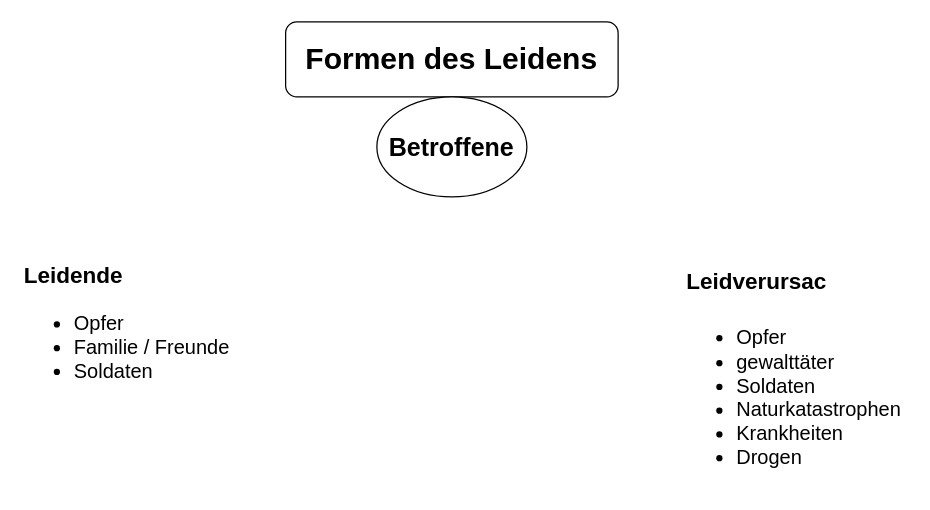
Before: _Sonstige_/Diagramme/XML/Formen des Leidens.drawio in Maxbleibtgeheim/WBS-Norderstedt, a draw.io diagram. Source tidied: cells renumbered, new cells numbered last; positions are measured from the earlier drawing's top-left corner, leaving out a move shared by most shapes. Both pictures are drawn from the tidied source at 125%, with x=0, y=0 at pixel (21, 21).
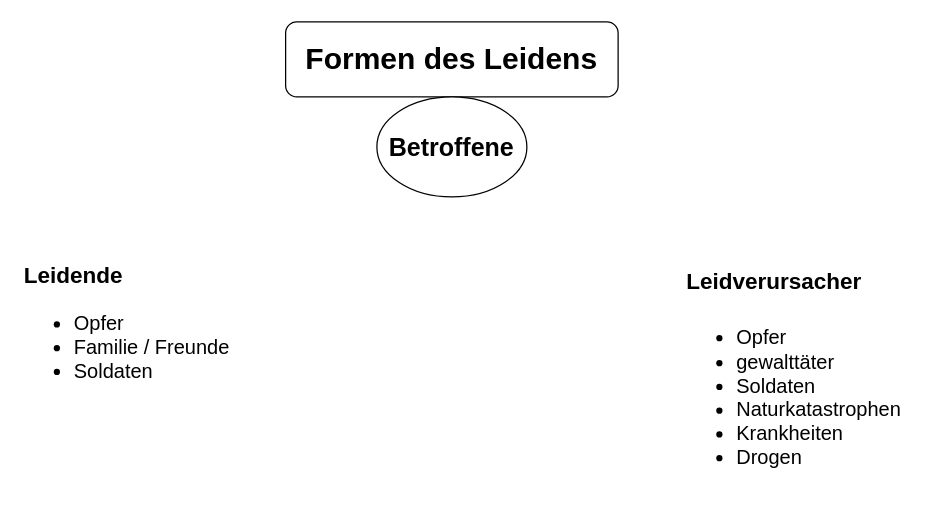
The same page after the edit.

Commit message (it also covers changes not shown here):
vault backup: 05.09.2024 08:19:55

Affected files:
_Sonstige_/Diagramme/XML/.$Formen des Leidens.drawio.bkp
_Sonstige_/Diagramme/XML/Formen des Leidens.drawio

Diff of the diagram source:
```diff
@@
 <mxGraphModel>
   <root>
     <mxCell id="0" />
     <mxCell id="1" parent="0" />
     <mxCell id="2" value="&lt;b&gt;&lt;font style=&quot;font-size: 24px;&quot;&gt;Formen des Leidens&lt;/font&gt;&lt;/b&gt;" style="rounded=1;whiteSpace=wrap;html=1;" parent="1" vertex="1">
       <mxGeometry x="211" width="266" height="60" as="geometry" />
     </mxCell>
     <mxCell id="3" value="&lt;font size=&quot;1&quot; style=&quot;&quot;&gt;&lt;b style=&quot;font-size: 20px;&quot;&gt;Betroffene&lt;/b&gt;&lt;/font&gt;" style="ellipse;whiteSpace=wrap;html=1;" parent="1" vertex="1">
       <mxGeometry x="284" y="60" width="120" height="80" as="geometry" />
     </mxCell>
     <mxCell id="4" value="&lt;h1 style=&quot;margin-top: 0px;&quot;&gt;&lt;font style=&quot;font-size: 18px;&quot;&gt;Leidende&lt;/font&gt;&lt;/h1&gt;&lt;p&gt;&lt;/p&gt;&lt;ul&gt;&lt;li style=&quot;font-size: 16px;&quot;&gt;Opfer&lt;/li&gt;&lt;li style=&quot;font-size: 16px;&quot;&gt;Familie / Freunde&lt;/li&gt;&lt;li style=&quot;font-size: 16px;&quot;&gt;Soldaten&lt;/li&gt;&lt;/ul&gt;&lt;p&gt;&lt;/p&gt;" style="text;html=1;whiteSpace=wrap;overflow=hidden;rounded=0;" parent="1" vertex="1">
       <mxGeometry y="180" width="180" height="120" as="geometry" />
     </mxCell>
-    <mxCell id="5" value="&lt;h1 style=&quot;margin-top: 0px; line-height: 160%;&quot;&gt;&lt;font style=&quot;font-size: 18px;&quot;&gt;Leidverursac&lt;/font&gt;&lt;/h1&gt;&lt;p&gt;&lt;/p&gt;&lt;ul&gt;&lt;li style=&quot;font-size: 16px;&quot;&gt;Opfer&lt;/li&gt;&lt;li style=&quot;font-size: 16px;&quot;&gt;gewalttäter&lt;/li&gt;&lt;li style=&quot;font-size: 16px;&quot;&gt;Soldaten&lt;/li&gt;&lt;li style=&quot;font-size: 16px;&quot;&gt;Naturkatastrophen&lt;/li&gt;&lt;li style=&quot;font-size: 16px;&quot;&gt;Krankheiten&lt;/li&gt;&lt;li style=&quot;font-size: 16px;&quot;&gt;Drogen&lt;/li&gt;&lt;/ul&gt;&lt;p&gt;&lt;/p&gt;" style="text;html=1;whiteSpace=wrap;overflow=hidden;rounded=0;" parent="1" vertex="1">
+    <mxCell id="5" value="&lt;h1 style=&quot;margin-top: 0px; line-height: 160%;&quot;&gt;&lt;font style=&quot;font-size: 18px;&quot;&gt;Leidverursacher&lt;/font&gt;&lt;/h1&gt;&lt;p&gt;&lt;/p&gt;&lt;ul&gt;&lt;li style=&quot;font-size: 16px;&quot;&gt;Opfer&lt;/li&gt;&lt;li style=&quot;font-size: 16px;&quot;&gt;gewalttäter&lt;/li&gt;&lt;li style=&quot;font-size: 16px;&quot;&gt;Soldaten&lt;/li&gt;&lt;li style=&quot;font-size: 16px;&quot;&gt;Naturkatastrophen&lt;/li&gt;&lt;li style=&quot;font-size: 16px;&quot;&gt;Krankheiten&lt;/li&gt;&lt;li style=&quot;font-size: 16px;&quot;&gt;Drogen&lt;/li&gt;&lt;/ul&gt;&lt;p&gt;&lt;/p&gt;" style="text;html=1;whiteSpace=wrap;overflow=hidden;rounded=0;" parent="1" vertex="1">
       <mxGeometry x="530" y="180" width="180" height="190" as="geometry" />
     </mxCell>
   </root>
 </mxGraphModel>
```
